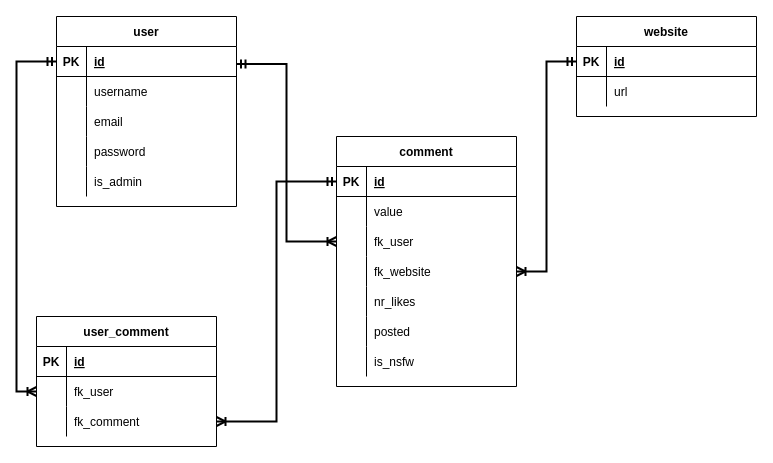
The draw.io diagram er-diagram.drawio in FERI-RIT-NoCom/database, before the edit. Source tidied: cells renumbered, new cells numbered last; positions are measured from the earlier drawing's top-left corner, leaving out a move shared by most shapes. Both pictures are drawn from the tidied source at 100%, with x=0, y=0 at pixel (36, 16).
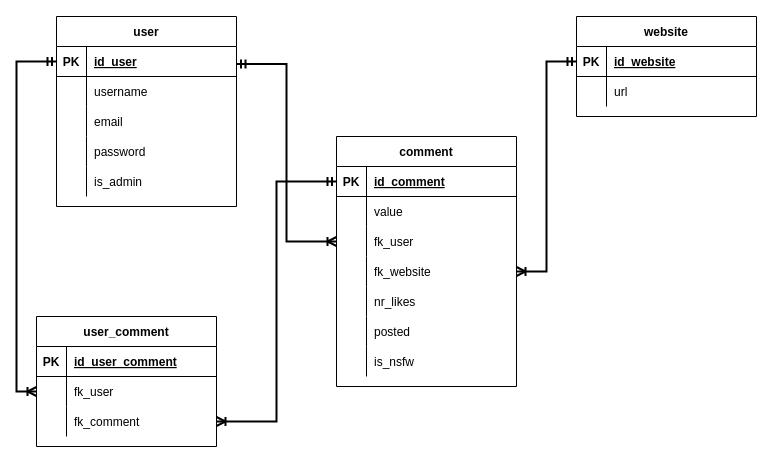
Above is the later version.

The change refers to these unchanged cells:
```xml
<mxCell id="4" style="shape=tableRow;horizontal=0;startSize=0;swimlaneHead=0;swimlaneBody=0;fillColor=none;points=[[0,0.5],[1,0.5]];portConstraint=eastwest;top=0;left=0;right=0;bottom=1;" parent="3" vertex="1">
  <mxGeometry y="30" width="180" height="30" as="geometry" />
</mxCell>
<mxCell id="20" style="shape=tableRow;horizontal=0;startSize=0;swimlaneHead=0;swimlaneBody=0;fillColor=none;points=[[0,0.5],[1,0.5]];portConstraint=eastwest;top=0;left=0;right=0;bottom=1;" parent="19" vertex="1">
  <mxGeometry y="30" width="180" height="30" as="geometry" />
</mxCell>
<mxCell id="27" style="shape=tableRow;horizontal=0;startSize=0;swimlaneHead=0;swimlaneBody=0;fillColor=none;points=[[0,0.5],[1,0.5]];portConstraint=eastwest;top=0;left=0;right=0;bottom=1;" parent="26" vertex="1">
  <mxGeometry y="30" width="180" height="30" as="geometry" />
</mxCell>
<mxCell id="49" style="shape=tableRow;horizontal=0;startSize=0;swimlaneHead=0;swimlaneBody=0;fillColor=none;top=0;left=0;right=0;bottom=1;" parent="48" vertex="1">
  <mxGeometry y="30" width="180" height="30" as="geometry" />
</mxCell>
```

The edit, as a diff of the source:
```diff
@@
-    <mxCell id="6" value="id" style="shape=partialRectangle;fillColor=none;top=0;left=0;bottom=0;right=0;align=left;spacingLeft=6;fontStyle=5;overflow=hidden;" parent="4" vertex="1">
+    <mxCell id="6" value="id_user" style="shape=partialRectangle;fillColor=none;top=0;left=0;bottom=0;right=0;align=left;spacingLeft=6;fontStyle=5;overflow=hidden;" parent="4" vertex="1">
       <mxGeometry x="30" width="150" height="30" as="geometry" />
     </mxCell>
@@
-    <mxCell id="22" value="id" style="shape=partialRectangle;fillColor=none;top=0;left=0;bottom=0;right=0;align=left;spacingLeft=6;fontStyle=5;overflow=hidden;" parent="20" vertex="1">
+    <mxCell id="22" value="id_website" style="shape=partialRectangle;fillColor=none;top=0;left=0;bottom=0;right=0;align=left;spacingLeft=6;fontStyle=5;overflow=hidden;" parent="20" vertex="1">
       <mxGeometry x="30" width="150" height="30" as="geometry" />
     </mxCell>
@@
-    <mxCell id="29" value="id" style="shape=partialRectangle;fillColor=none;top=0;left=0;bottom=0;right=0;align=left;spacingLeft=6;fontStyle=5;overflow=hidden;" parent="27" vertex="1">
+    <mxCell id="29" value="id_comment" style="shape=partialRectangle;fillColor=none;top=0;left=0;bottom=0;right=0;align=left;spacingLeft=6;fontStyle=5;overflow=hidden;" parent="27" vertex="1">
       <mxGeometry x="30" width="150" height="30" as="geometry" />
     </mxCell>
@@
-    <mxCell id="51" value="id" style="shape=partialRectangle;fillColor=none;top=0;left=0;bottom=0;right=0;align=left;spacingLeft=6;fontStyle=5;overflow=hidden;" parent="49" vertex="1">
+    <mxCell id="51" value="id_user_comment" style="shape=partialRectangle;fillColor=none;top=0;left=0;bottom=0;right=0;align=left;spacingLeft=6;fontStyle=5;overflow=hidden;" parent="49" vertex="1">
       <mxGeometry x="30" width="150" height="30" as="geometry" />
     </mxCell>
```
